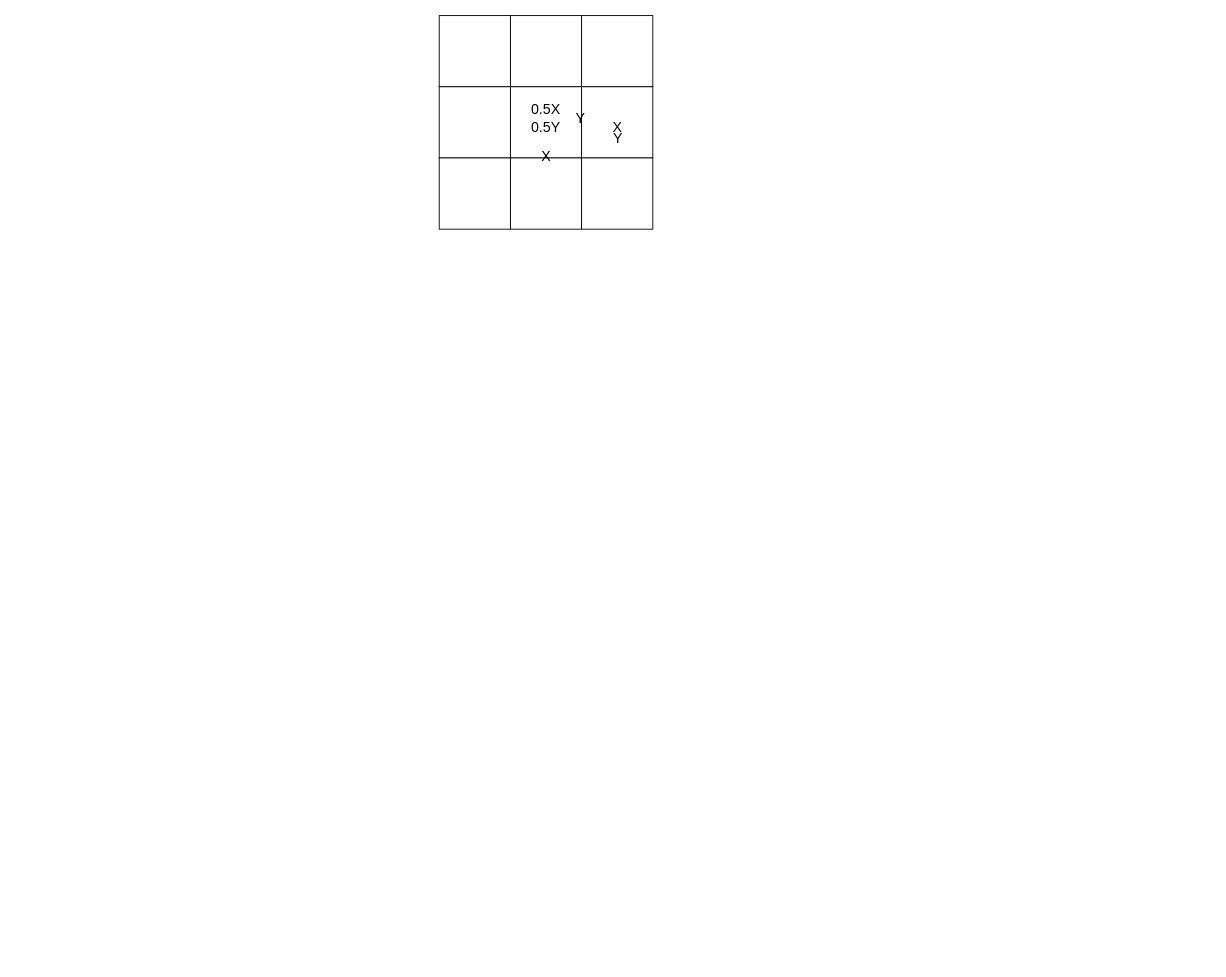
This is page "地图生成" (7 of 8) of 开发文档文件夹/游戏系统总览.drawio from XDIOEZ/TerraFlat, a draw.io file, before an edit. Source tidied: cells renumbered, new cells numbered last; positions are measured from the earlier drawing's top-left corner, leaving out a move shared by most shapes. Both pictures are drawn from the tidied source at 89%, with x=0, y=0 at pixel (439, 15).
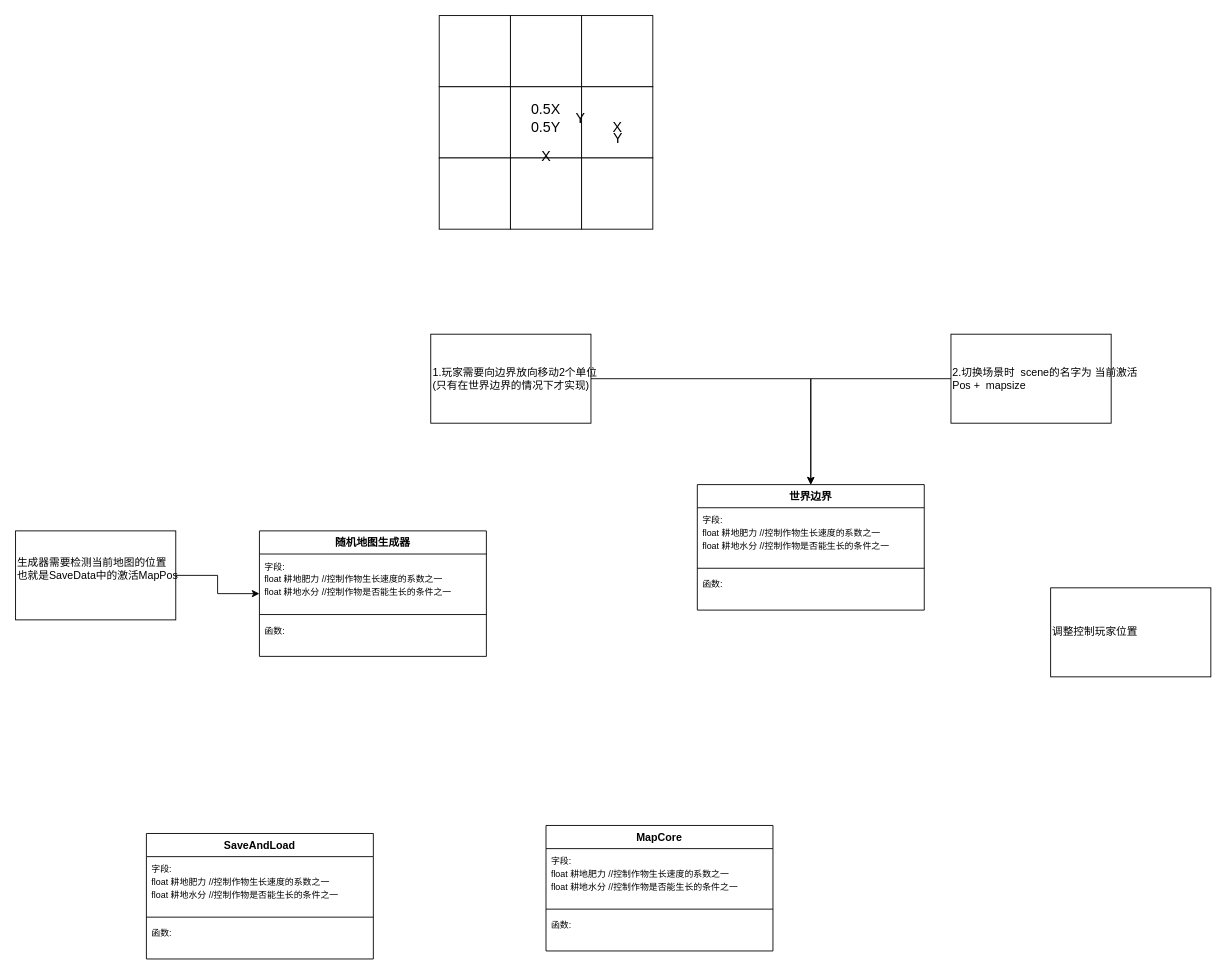
Above is the later version.

What changed in the source:
```diff
@@
+    <mxCell id="16" style="edgeStyle=orthogonalEdgeStyle;rounded=0;jettySize=auto;html=1;" parent="1" edge="1" source="17" target="20">
+      <mxGeometry relative="1" as="geometry" />
+    </mxCell>
+    <mxCell id="17" value="1.玩家需要向边界放向移动2个单位&lt;div&gt;(只有在世界边界的情况下才实现)&lt;/div&gt;" style="rounded=0;html=1;align=left;" parent="1" vertex="1">
+      <mxGeometry x="-9.5" y="358" width="180" height="100" as="geometry" />
+    </mxCell>
+    <mxCell id="18" style="edgeStyle=orthogonalEdgeStyle;rounded=0;jettySize=auto;html=1;" parent="1" edge="1" source="19" target="20">
+      <mxGeometry relative="1" as="geometry" />
+    </mxCell>
+    <mxCell id="19" value="2.切换场景时&amp;nbsp; scene的名字为 当前激活&lt;div&gt;Pos +&amp;nbsp; mapsize&amp;nbsp;&lt;/div&gt;" style="rounded=0;html=1;align=left;" parent="1" vertex="1">
+      <mxGeometry x="575" y="358" width="180" height="100" as="geometry" />
+    </mxCell>
+    <mxCell id="20" value="世界边界" style="swimlane;fontStyle=1;align=center;verticalAlign=top;horizontal=1;startSize=26;whiteSpace=wrap;html=1;" parent="1" vertex="1">
+      <mxGeometry x="290" y="527" width="255" height="141" as="geometry" />
+    </mxCell>
+    <mxCell id="21" value="&lt;font style=&quot;font-size: 10px;&quot;&gt;字段:&lt;/font&gt;&lt;div&gt;&lt;font style=&quot;font-size: 10px;&quot;&gt;float 耕地肥力 //控制作物生长速度的系数之一&lt;/font&gt;&lt;/div&gt;&lt;div&gt;&lt;font style=&quot;font-size: 10px;&quot;&gt;float 耕地水分 //控制作物是否能生长的条件之一&lt;/font&gt;&lt;/div&gt;" style="text;strokeColor=none;fillColor=none;align=left;verticalAlign=top;spacingLeft=4;spacingRight=4;overflow=hidden;whiteSpace=wrap;html=1;" parent="20" vertex="1">
+      <mxGeometry y="26" width="255" height="64" as="geometry" />
+    </mxCell>
+    <mxCell id="22" style="line;strokeWidth=1;fillColor=none;align=left;verticalAlign=middle;spacingTop=-1;spacingLeft=3;spacingRight=3;labelPosition=right;strokeColor=inherit;" parent="20" vertex="1">
+      <mxGeometry y="90" width="255" height="8" as="geometry" />
+    </mxCell>
+    <mxCell id="23" value="&lt;font style=&quot;font-size: 10px;&quot;&gt;函数:&lt;/font&gt;" style="text;strokeColor=none;fillColor=none;align=left;verticalAlign=top;spacingLeft=4;spacingRight=4;overflow=hidden;whiteSpace=wrap;html=1;" parent="20" vertex="1">
+      <mxGeometry y="98" width="255" height="43" as="geometry" />
+    </mxCell>
+    <mxCell id="24" value="随机地图生成器" style="swimlane;fontStyle=1;align=center;verticalAlign=top;horizontal=1;startSize=26;whiteSpace=wrap;html=1;" parent="1" vertex="1">
+      <mxGeometry x="-202" y="579" width="255" height="141" as="geometry" />
+    </mxCell>
+    <mxCell id="25" value="&lt;font style=&quot;font-size: 10px;&quot;&gt;字段:&lt;/font&gt;&lt;div&gt;&lt;font style=&quot;font-size: 10px;&quot;&gt;float 耕地肥力 //控制作物生长速度的系数之一&lt;/font&gt;&lt;/div&gt;&lt;div&gt;&lt;font style=&quot;font-size: 10px;&quot;&gt;float 耕地水分 //控制作物是否能生长的条件之一&lt;/font&gt;&lt;/div&gt;" style="text;strokeColor=none;fillColor=none;align=left;verticalAlign=top;spacingLeft=4;spacingRight=4;overflow=hidden;whiteSpace=wrap;html=1;" parent="24" vertex="1">
+      <mxGeometry y="26" width="255" height="64" as="geometry" />
+    </mxCell>
+    <mxCell id="26" style="line;strokeWidth=1;fillColor=none;align=left;verticalAlign=middle;spacingTop=-1;spacingLeft=3;spacingRight=3;labelPosition=right;strokeColor=inherit;" parent="24" vertex="1">
+      <mxGeometry y="90" width="255" height="8" as="geometry" />
+    </mxCell>
+    <mxCell id="27" value="&lt;font style=&quot;font-size: 10px;&quot;&gt;函数:&lt;/font&gt;" style="text;strokeColor=none;fillColor=none;align=left;verticalAlign=top;spacingLeft=4;spacingRight=4;overflow=hidden;whiteSpace=wrap;html=1;" parent="24" vertex="1">
+      <mxGeometry y="98" width="255" height="43" as="geometry" />
+    </mxCell>
+    <mxCell id="28" style="edgeStyle=orthogonalEdgeStyle;rounded=0;jettySize=auto;html=1;" parent="1" edge="1" source="29" target="24">
+      <mxGeometry relative="1" as="geometry" />
+    </mxCell>
+    <mxCell id="29" value="生成器需要检测当前地图的位置&lt;div&gt;也就是SaveData中的激活MapPos&lt;/div&gt;&lt;div&gt;&lt;br&gt;&lt;/div&gt;" style="rounded=0;html=1;align=left;" parent="1" vertex="1">
+      <mxGeometry x="-476" y="579" width="180" height="100" as="geometry" />
+    </mxCell>
+    <mxCell id="30" value="调整控制玩家位置" style="rounded=0;html=1;align=left;" parent="1" vertex="1">
+      <mxGeometry x="687" y="643" width="180" height="100" as="geometry" />
+    </mxCell>
+    <mxCell id="31" value="MapCore" style="swimlane;fontStyle=1;align=center;verticalAlign=top;horizontal=1;startSize=26;whiteSpace=wrap;html=1;" parent="1" vertex="1">
+      <mxGeometry x="120" y="910" width="255" height="141" as="geometry" />
+    </mxCell>
+    <mxCell id="32" value="&lt;font style=&quot;font-size: 10px;&quot;&gt;字段:&lt;/font&gt;&lt;div&gt;&lt;font style=&quot;font-size: 10px;&quot;&gt;float 耕地肥力 //控制作物生长速度的系数之一&lt;/font&gt;&lt;/div&gt;&lt;div&gt;&lt;font style=&quot;font-size: 10px;&quot;&gt;float 耕地水分 //控制作物是否能生长的条件之一&lt;/font&gt;&lt;/div&gt;" style="text;strokeColor=none;fillColor=none;align=left;verticalAlign=top;spacingLeft=4;spacingRight=4;overflow=hidden;whiteSpace=wrap;html=1;" parent="31" vertex="1">
+      <mxGeometry y="26" width="255" height="64" as="geometry" />
+    </mxCell>
+    <mxCell id="33" style="line;strokeWidth=1;fillColor=none;align=left;verticalAlign=middle;spacingTop=-1;spacingLeft=3;spacingRight=3;labelPosition=right;strokeColor=inherit;" parent="31" vertex="1">
+      <mxGeometry y="90" width="255" height="8" as="geometry" />
+    </mxCell>
+    <mxCell id="34" value="&lt;font style=&quot;font-size: 10px;&quot;&gt;函数:&lt;/font&gt;" style="text;strokeColor=none;fillColor=none;align=left;verticalAlign=top;spacingLeft=4;spacingRight=4;overflow=hidden;whiteSpace=wrap;html=1;" parent="31" vertex="1">
+      <mxGeometry y="98" width="255" height="43" as="geometry" />
+    </mxCell>
+    <mxCell id="35" value="SaveAndLoad" style="swimlane;fontStyle=1;align=center;verticalAlign=top;horizontal=1;startSize=26;whiteSpace=wrap;html=1;" parent="1" vertex="1">
+      <mxGeometry x="-329" y="919" width="255" height="141" as="geometry" />
+    </mxCell>
+    <mxCell id="36" value="&lt;font style=&quot;font-size: 10px;&quot;&gt;字段:&lt;/font&gt;&lt;div&gt;&lt;font style=&quot;font-size: 10px;&quot;&gt;float 耕地肥力 //控制作物生长速度的系数之一&lt;/font&gt;&lt;/div&gt;&lt;div&gt;&lt;font style=&quot;font-size: 10px;&quot;&gt;float 耕地水分 //控制作物是否能生长的条件之一&lt;/font&gt;&lt;/div&gt;" style="text;strokeColor=none;fillColor=none;align=left;verticalAlign=top;spacingLeft=4;spacingRight=4;overflow=hidden;whiteSpace=wrap;html=1;" parent="35" vertex="1">
+      <mxGeometry y="26" width="255" height="64" as="geometry" />
+    </mxCell>
+    <mxCell id="37" style="line;strokeWidth=1;fillColor=none;align=left;verticalAlign=middle;spacingTop=-1;spacingLeft=3;spacingRight=3;labelPosition=right;strokeColor=inherit;" parent="35" vertex="1">
+      <mxGeometry y="90" width="255" height="8" as="geometry" />
+    </mxCell>
+    <mxCell id="38" value="&lt;font style=&quot;font-size: 10px;&quot;&gt;函数:&lt;/font&gt;" style="text;strokeColor=none;fillColor=none;align=left;verticalAlign=top;spacingLeft=4;spacingRight=4;overflow=hidden;whiteSpace=wrap;html=1;" parent="35" vertex="1">
+      <mxGeometry y="98" width="255" height="43" as="geometry" />
+    </mxCell>
```
